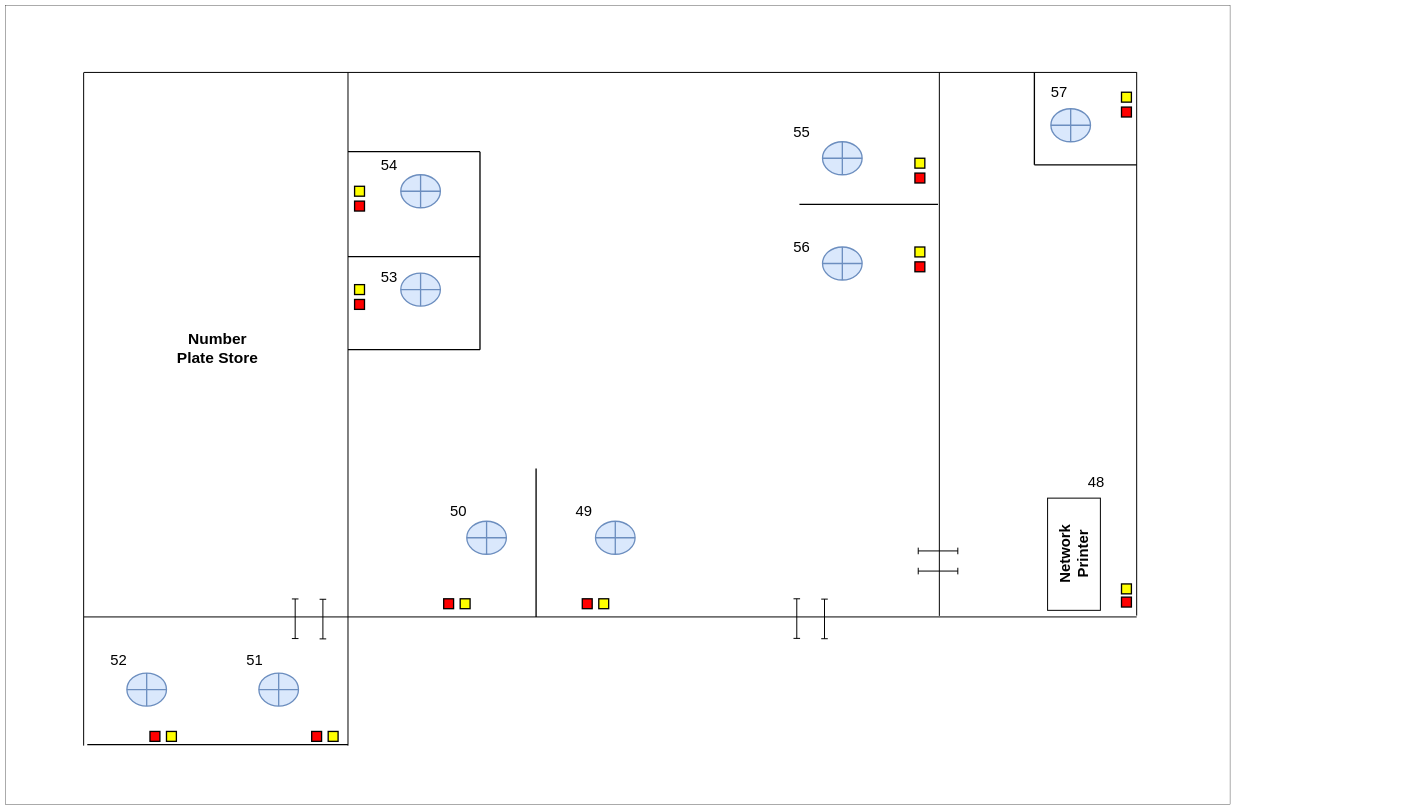
The draw.io diagram gampaha_basement.drawio in thushan-harshajeewa/dmt-diagrams, before the edit. Source tidied: cells renumbered, new cells numbered last; positions are measured from the earlier drawing's top-left corner, leaving out a move shared by most shapes. Both pictures are drawn from the tidied source at 33%, with x=0, y=0 at pixel (6, 6).
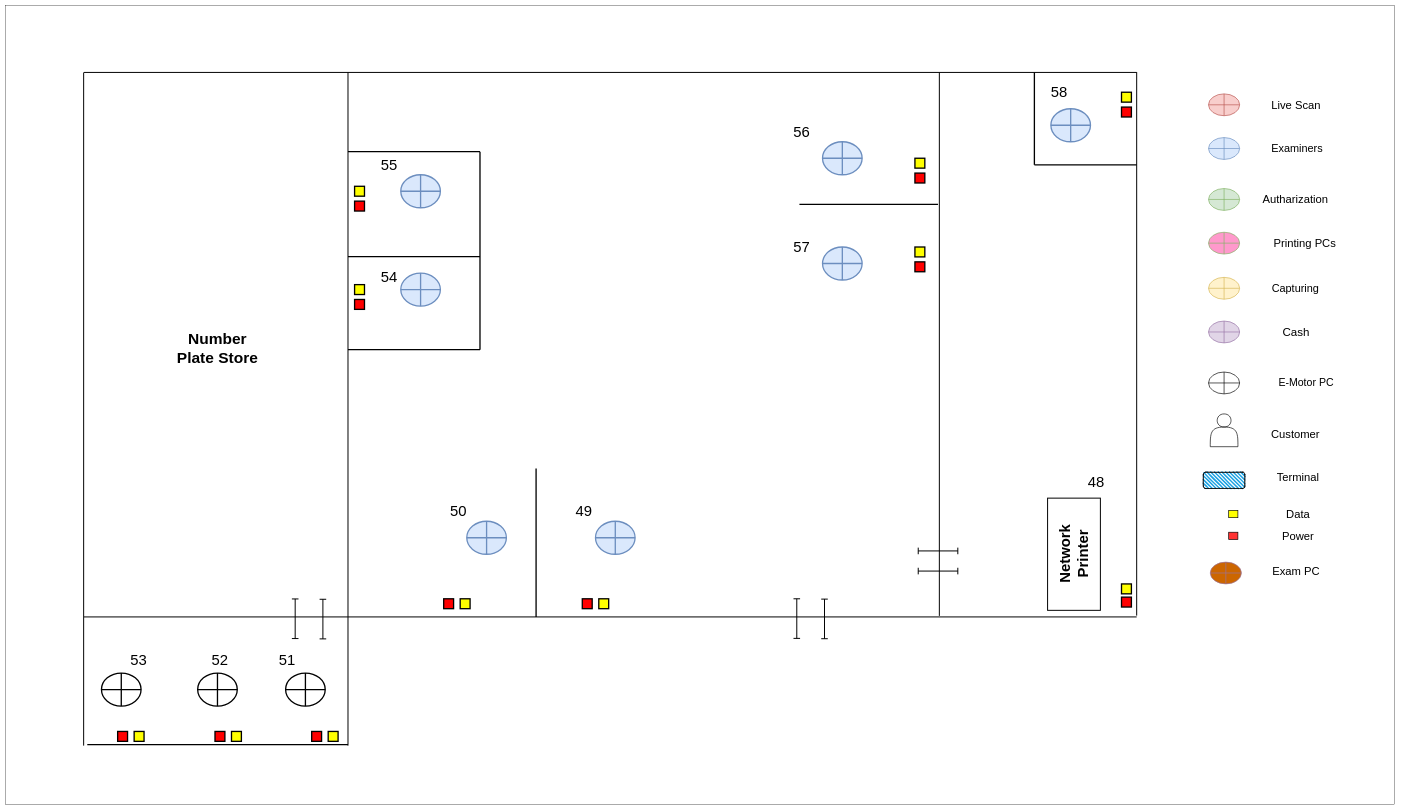
Above is the later version.

The edit, as a diff of the source:
```diff
@@
     <mxCell id="2" style="rounded=0;whiteSpace=wrap;html=1;" parent="1" vertex="1">
-      <mxGeometry width="3710" height="2420" as="geometry" />
+      <mxGeometry width="4209" height="2420" as="geometry" />
     </mxCell>
@@
-    <mxCell id="47" style="shape=orEllipse;perimeter=ellipsePerimeter;whiteSpace=wrap;html=1;backgroundOutline=1;strokeWidth=4;fillColor=#dae8fc;strokeColor=#6c8ebf;" parent="1" vertex="1">
-      <mxGeometry x="367" y="2022" width="120" height="100" as="geometry" />
+    <mxCell id="47" style="shape=orEllipse;perimeter=ellipsePerimeter;whiteSpace=wrap;html=1;backgroundOutline=1;strokeWidth=4;" parent="1" vertex="1">
+      <mxGeometry x="290" y="2022" width="120" height="100" as="geometry" />
     </mxCell>
-    <mxCell id="48" style="shape=orEllipse;perimeter=ellipsePerimeter;whiteSpace=wrap;html=1;backgroundOutline=1;strokeWidth=4;fillColor=#dae8fc;strokeColor=#6c8ebf;" parent="1" vertex="1">
-      <mxGeometry x="767" y="2022" width="120" height="100" as="geometry" />
+    <mxCell id="48" style="shape=orEllipse;perimeter=ellipsePerimeter;whiteSpace=wrap;html=1;backgroundOutline=1;strokeWidth=4;" parent="1" vertex="1">
+      <mxGeometry x="848" y="2022" width="120" height="100" as="geometry" />
     </mxCell>
@@
     <mxCell id="52" style="rounded=0;whiteSpace=wrap;html=1;fillColor=#FFFF00;strokeWidth=4;" parent="1" vertex="1">
-      <mxGeometry x="487" y="2199" width="30" height="30" as="geometry" />
+      <mxGeometry x="389" y="2199" width="30" height="30" as="geometry" />
     </mxCell>
     <mxCell id="53" style="rounded=0;whiteSpace=wrap;html=1;fillColor=#FF0000;strokeWidth=4;" parent="1" vertex="1">
-      <mxGeometry x="437" y="2199" width="30" height="30" as="geometry" />
+      <mxGeometry x="339" y="2199" width="30" height="30" as="geometry" />
     </mxCell>
@@
     <mxCell id="59" value="&lt;font style=&quot;font-size: 45px;&quot;&gt;51&lt;/font&gt;" style="text;html=1;align=center;verticalAlign=middle;whiteSpace=wrap;rounded=0;strokeWidth=3;" parent="1" vertex="1">
-      <mxGeometry x="741.4" y="1972" width="25.6" height="19.4" as="geometry" />
+      <mxGeometry x="840.4" y="1972" width="25.6" height="19.4" as="geometry" />
     </mxCell>
-    <mxCell id="60" value="&lt;font style=&quot;font-size: 45px;&quot;&gt;52&lt;/font&gt;" style="text;html=1;align=center;verticalAlign=middle;whiteSpace=wrap;rounded=0;strokeWidth=3;" parent="1" vertex="1">
-      <mxGeometry x="329" y="1972" width="25.6" height="19.4" as="geometry" />
+    <mxCell id="60" value="&lt;font style=&quot;font-size: 45px;&quot;&gt;53&lt;/font&gt;" style="text;html=1;align=center;verticalAlign=middle;whiteSpace=wrap;rounded=0;strokeWidth=3;" parent="1" vertex="1">
+      <mxGeometry x="390" y="1972" width="25.6" height="19.4" as="geometry" />
     </mxCell>
-    <mxCell id="61" value="&lt;font style=&quot;font-size: 45px;&quot;&gt;54&lt;/font&gt;" style="text;html=1;align=center;verticalAlign=middle;whiteSpace=wrap;rounded=0;strokeWidth=3;" parent="1" vertex="1">
+    <mxCell id="61" value="&lt;font style=&quot;font-size: 45px;&quot;&gt;55&lt;/font&gt;" style="text;html=1;align=center;verticalAlign=middle;whiteSpace=wrap;rounded=0;strokeWidth=3;" parent="1" vertex="1">
       <mxGeometry x="1149" y="472.6" width="25.6" height="19.4" as="geometry" />
     </mxCell>
-    <mxCell id="62" value="&lt;font style=&quot;font-size: 45px;&quot;&gt;53&lt;/font&gt;" style="text;html=1;align=center;verticalAlign=middle;whiteSpace=wrap;rounded=0;strokeWidth=3;" parent="1" vertex="1">
+    <mxCell id="62" value="&lt;font style=&quot;font-size: 45px;&quot;&gt;54&lt;/font&gt;" style="text;html=1;align=center;verticalAlign=middle;whiteSpace=wrap;rounded=0;strokeWidth=3;" parent="1" vertex="1">
       <mxGeometry x="1149" y="811.6" width="25.6" height="19.4" as="geometry" />
     </mxCell>
-    <mxCell id="63" value="&lt;font style=&quot;font-size: 45px;&quot;&gt;55&lt;/font&gt;" style="text;html=1;align=center;verticalAlign=middle;whiteSpace=wrap;rounded=0;strokeWidth=3;" parent="1" vertex="1">
+    <mxCell id="63" value="&lt;font style=&quot;font-size: 45px;&quot;&gt;56&lt;/font&gt;" style="text;html=1;align=center;verticalAlign=middle;whiteSpace=wrap;rounded=0;strokeWidth=3;" parent="1" vertex="1">
       <mxGeometry x="2399" y="372" width="25.6" height="19.4" as="geometry" />
     </mxCell>
-    <mxCell id="64" value="&lt;font style=&quot;font-size: 45px;&quot;&gt;56&lt;/font&gt;" style="text;html=1;align=center;verticalAlign=middle;whiteSpace=wrap;rounded=0;strokeWidth=3;" parent="1" vertex="1">
+    <mxCell id="64" value="&lt;font style=&quot;font-size: 45px;&quot;&gt;57&lt;/font&gt;" style="text;html=1;align=center;verticalAlign=middle;whiteSpace=wrap;rounded=0;strokeWidth=3;" parent="1" vertex="1">
       <mxGeometry x="2399" y="722" width="25.6" height="19.4" as="geometry" />
     </mxCell>
-    <mxCell id="65" value="&lt;font style=&quot;font-size: 45px;&quot;&gt;57&lt;/font&gt;" style="text;html=1;align=center;verticalAlign=middle;whiteSpace=wrap;rounded=0;strokeWidth=3;" parent="1" vertex="1">
+    <mxCell id="65" value="&lt;font style=&quot;font-size: 45px;&quot;&gt;58&lt;/font&gt;" style="text;html=1;align=center;verticalAlign=middle;whiteSpace=wrap;rounded=0;strokeWidth=3;" parent="1" vertex="1">
       <mxGeometry x="3179" y="252" width="25.6" height="19.4" as="geometry" />
     </mxCell>
+    <mxCell id="66" style="group;strokeWidth=2;" parent="1" vertex="1">
+      <mxGeometry x="3629" y="267" width="468.6" height="1485" as="geometry" />
+    </mxCell>
+    <mxCell id="67" value="&lt;font style=&quot;font-size: 34px;&quot;&gt;Live Scan&lt;/font&gt;" style="text;html=1;align=center;verticalAlign=middle;whiteSpace=wrap;rounded=0;strokeWidth=2;" parent="66" vertex="1">
+      <mxGeometry x="155.4" width="251.5" height="66.2" as="geometry" />
+    </mxCell>
+    <mxCell id="68" value="&lt;font style=&quot;font-size: 33px;&quot;&gt;Examiners&lt;/font&gt;" style="text;html=1;align=center;verticalAlign=middle;whiteSpace=wrap;rounded=0;strokeWidth=2;" parent="66" vertex="1">
+      <mxGeometry x="158.2" y="132.4" width="251.5" height="66.2" as="geometry" />
+    </mxCell>
+    <mxCell id="69" value="&lt;font style=&quot;font-size: 34px;&quot;&gt;Autharization&lt;/font&gt;" style="text;html=1;align=center;verticalAlign=middle;whiteSpace=wrap;rounded=0;strokeWidth=2;" parent="66" vertex="1">
+      <mxGeometry x="152.6" y="286.8" width="251.5" height="66.2" as="geometry" />
+    </mxCell>
+    <mxCell id="70" style="shape=orEllipse;perimeter=ellipsePerimeter;whiteSpace=wrap;html=1;backgroundOutline=1;fillColor=#f8cecc;strokeColor=#b85450;strokeWidth=2;" parent="66" vertex="1">
+      <mxGeometry x="15.7" width="94.3" height="66.2" as="geometry" />
+    </mxCell>
+    <mxCell id="71" style="shape=orEllipse;perimeter=ellipsePerimeter;whiteSpace=wrap;html=1;backgroundOutline=1;fillColor=#dae8fc;strokeColor=#6c8ebf;strokeWidth=2;" parent="66" vertex="1">
+      <mxGeometry x="15.7" y="132.4" width="94.3" height="66.2" as="geometry" />
+    </mxCell>
+    <mxCell id="72" style="shape=orEllipse;perimeter=ellipsePerimeter;whiteSpace=wrap;html=1;backgroundOutline=1;fillColor=#d5e8d4;strokeColor=#82b366;strokeWidth=2;" parent="66" vertex="1">
+      <mxGeometry x="15.7" y="286.8" width="94.3" height="66.2" as="geometry" />
+    </mxCell>
+    <mxCell id="73" style="shape=orEllipse;perimeter=ellipsePerimeter;whiteSpace=wrap;html=1;backgroundOutline=1;fillColor=#fff2cc;strokeColor=#d6b656;strokeWidth=2;" parent="66" vertex="1">
+      <mxGeometry x="15.7" y="556" width="94.3" height="66.2" as="geometry" />
+    </mxCell>
+    <mxCell id="74" value="&lt;font style=&quot;font-size: 33px;&quot;&gt;Capturing&lt;/font&gt;" style="text;html=1;align=center;verticalAlign=middle;whiteSpace=wrap;rounded=0;strokeWidth=2;" parent="66" vertex="1">
+      <mxGeometry x="152.6" y="556" width="251.5" height="66.2" as="geometry" />
+    </mxCell>
+    <mxCell id="75" style="shape=orEllipse;perimeter=ellipsePerimeter;whiteSpace=wrap;html=1;backgroundOutline=1;fillColor=#e1d5e7;strokeColor=#9673a6;strokeWidth=2;" parent="66" vertex="1">
+      <mxGeometry x="15.7" y="688.4" width="94.3" height="66.2" as="geometry" />
+    </mxCell>
+    <mxCell id="76" value="&lt;font style=&quot;font-size: 35px;&quot;&gt;Cash&lt;/font&gt;" style="text;html=1;align=center;verticalAlign=middle;whiteSpace=wrap;rounded=0;strokeWidth=2;" parent="66" vertex="1">
+      <mxGeometry x="155.4" y="688.4" width="251.5" height="66.2" as="geometry" />
+    </mxCell>
+    <mxCell id="77" style="shape=orEllipse;perimeter=ellipsePerimeter;whiteSpace=wrap;html=1;backgroundOutline=1;strokeWidth=2;" parent="66" vertex="1">
+      <mxGeometry x="15.7" y="842.9" width="94.3" height="66.2" as="geometry" />
+    </mxCell>
+    <mxCell id="78" value="&lt;font style=&quot;font-size: 32px;&quot;&gt;E-Motor PC&lt;/font&gt;" style="text;html=1;align=center;verticalAlign=middle;whiteSpace=wrap;rounded=0;strokeWidth=2;" parent="66" vertex="1">
+      <mxGeometry x="155.4" y="842.9" width="313.2" height="66.2" as="geometry" />
+    </mxCell>
+    <mxCell id="79" style="shape=actor;whiteSpace=wrap;html=1;strokeWidth=2;" parent="66" vertex="1">
+      <mxGeometry x="21" y="969.8" width="83.8" height="99.3" as="geometry" />
+    </mxCell>
+    <mxCell id="80" value="&lt;font style=&quot;font-size: 34px;&quot;&gt;Customer&lt;/font&gt;" style="text;html=1;align=center;verticalAlign=middle;whiteSpace=wrap;rounded=0;strokeWidth=2;" parent="66" vertex="1">
+      <mxGeometry x="152.6" y="997.4" width="251.5" height="66.2" as="geometry" />
+    </mxCell>
+    <mxCell id="81" style="rounded=1;whiteSpace=wrap;html=1;strokeWidth=2;fillWeight=4;hachureGap=8;hachureAngle=45;fillColor=#1ba1e2;sketch=1;" parent="66" vertex="1">
+      <mxGeometry y="1146.3" width="125.7" height="49.6" as="geometry" />
+    </mxCell>
+    <mxCell id="82" value="&lt;font style=&quot;font-size: 34px;&quot;&gt;Terminal&lt;/font&gt;" style="text;html=1;align=center;verticalAlign=middle;whiteSpace=wrap;rounded=0;strokeWidth=2;" parent="66" vertex="1">
+      <mxGeometry x="161" y="1129.7" width="251.5" height="66.2" as="geometry" />
+    </mxCell>
+    <mxCell id="83" value="&lt;font style=&quot;font-size: 34px;&quot;&gt;Data&lt;/font&gt;" style="text;html=1;align=center;verticalAlign=middle;whiteSpace=wrap;rounded=0;strokeWidth=2;" parent="66" vertex="1">
+      <mxGeometry x="161" y="1240.1" width="251.5" height="66.2" as="geometry" />
+    </mxCell>
+    <mxCell id="84" style="rounded=0;whiteSpace=wrap;html=1;fillColor=#FFFF00;strokeWidth=2;" parent="66" vertex="1">
+      <mxGeometry x="76.8" y="1262.1" width="27.9" height="22.1" as="geometry" />
+    </mxCell>
+    <mxCell id="85" style="rounded=0;whiteSpace=wrap;html=1;fillColor=#FF3333;strokeWidth=2;" parent="66" vertex="1">
+      <mxGeometry x="76.8" y="1328.3" width="27.9" height="22.1" as="geometry" />
+    </mxCell>
+    <mxCell id="86" value="&lt;font style=&quot;font-size: 34px;&quot;&gt;Power&lt;/font&gt;" style="text;html=1;align=center;verticalAlign=middle;whiteSpace=wrap;rounded=0;strokeWidth=2;" parent="66" vertex="1">
+      <mxGeometry x="161" y="1306.3" width="251.5" height="66.2" as="geometry" />
+    </mxCell>
+    <mxCell id="87" style="shape=orEllipse;perimeter=ellipsePerimeter;whiteSpace=wrap;html=1;backgroundOutline=1;fillColor=#CC6600;strokeColor=#9673a6;strokeWidth=2;" parent="66" vertex="1">
+      <mxGeometry x="21" y="1418.8" width="94.3" height="66.2" as="geometry" />
+    </mxCell>
+    <mxCell id="88" value="&lt;font style=&quot;font-size: 34px;&quot;&gt;Exam PC&lt;/font&gt;&lt;div&gt;&lt;br&gt;&lt;/div&gt;" style="text;html=1;align=center;verticalAlign=middle;whiteSpace=wrap;rounded=0;strokeWidth=2;" parent="66" vertex="1">
+      <mxGeometry x="155.4" y="1418.8" width="251.5" height="66.2" as="geometry" />
+    </mxCell>
+    <mxCell id="89" value="&lt;font style=&quot;font-size: 34px;&quot;&gt;Printing PCs&lt;/font&gt;" style="text;html=1;align=center;verticalAlign=middle;whiteSpace=wrap;rounded=0;strokeWidth=2;" parent="66" vertex="1">
+      <mxGeometry x="161" y="419.2" width="292.5" height="66.2" as="geometry" />
+    </mxCell>
+    <mxCell id="90" style="shape=orEllipse;perimeter=ellipsePerimeter;whiteSpace=wrap;html=1;backgroundOutline=1;fillColor=#FF99CC;strokeColor=#82b366;strokeWidth=2;" parent="66" vertex="1">
+      <mxGeometry x="15.7" y="419.2" width="94.3" height="66.2" as="geometry" />
+    </mxCell>
+    <mxCell id="91" style="shape=orEllipse;perimeter=ellipsePerimeter;whiteSpace=wrap;html=1;backgroundOutline=1;strokeWidth=4;" parent="1" vertex="1">
+      <mxGeometry x="581.5" y="2022" width="120" height="100" as="geometry" />
+    </mxCell>
+    <mxCell id="92" style="rounded=0;whiteSpace=wrap;html=1;fillColor=#FFFF00;strokeWidth=4;" parent="1" vertex="1">
+      <mxGeometry x="684" y="2199" width="30" height="30" as="geometry" />
+    </mxCell>
+    <mxCell id="93" style="rounded=0;whiteSpace=wrap;html=1;fillColor=#FF0000;strokeWidth=4;" parent="1" vertex="1">
+      <mxGeometry x="634" y="2199" width="30" height="30" as="geometry" />
+    </mxCell>
+    <mxCell id="94" value="&lt;font style=&quot;font-size: 45px;&quot;&gt;52&lt;/font&gt;" style="text;html=1;align=center;verticalAlign=middle;whiteSpace=wrap;rounded=0;strokeWidth=3;" parent="1" vertex="1">
+      <mxGeometry x="636.2" y="1972" width="25.6" height="19.4" as="geometry" />
+    </mxCell>
```
